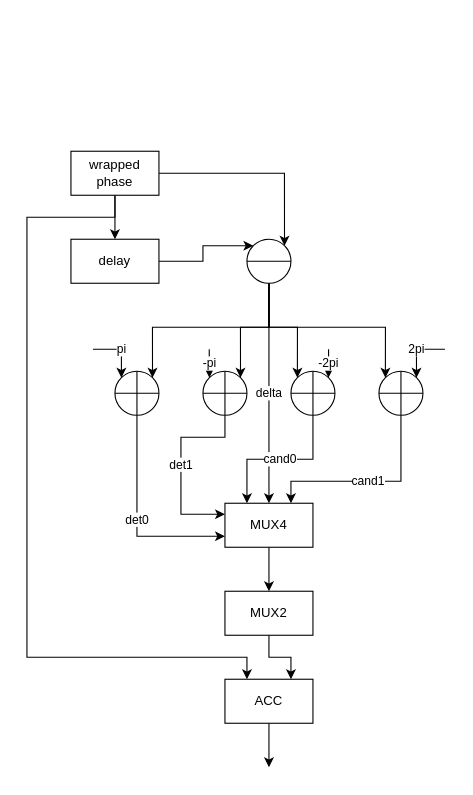
Before: page "Unwrap" (2 of 2) of DasFlow.drawio in RicardoNid/Drawio, a draw.io diagram. Source tidied: cells renumbered, new cells numbered last; positions are measured from the earlier drawing's top-left corner, leaving out a move shared by most shapes. Both pictures are drawn from the tidied source at 110%, with x=0, y=0 at pixel (26, 151).
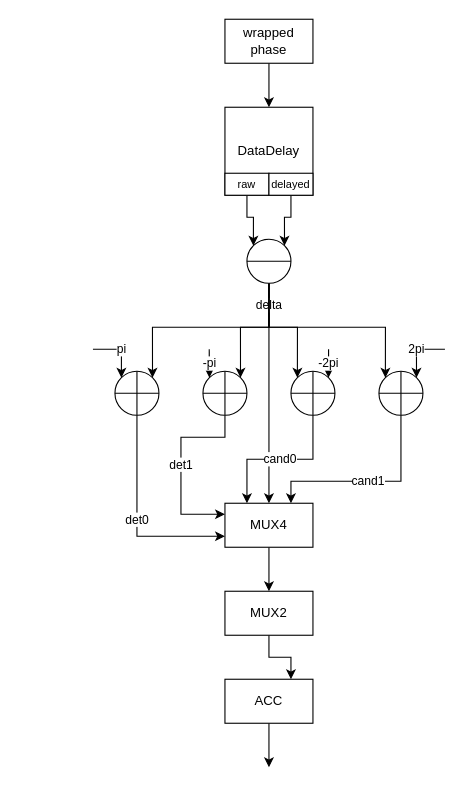
The same page after the edit.

The change refers to these unchanged cells:
```xml
<mxCell id="7" value="ACC" style="rounded=0;whiteSpace=wrap;html=1;" parent="1" vertex="1">
  <mxGeometry x="180" y="480" width="80" height="40" as="geometry" />
</mxCell>
<mxCell id="17" style="shape=lineEllipse;perimeter=ellipsePerimeter;whiteSpace=wrap;html=1;backgroundOutline=1;" parent="1" vertex="1">
  <mxGeometry x="200" y="80" width="40" height="40" as="geometry" />
</mxCell>
<mxCell id="29" style="shape=orEllipse;perimeter=ellipsePerimeter;whiteSpace=wrap;html=1;backgroundOutline=1;" parent="1" vertex="1">
  <mxGeometry x="320" y="200" width="40" height="40" as="geometry" />
</mxCell>
<mxCell id="31" value="MUX4" style="rounded=0;whiteSpace=wrap;html=1;" parent="1" vertex="1">
  <mxGeometry x="180" y="320" width="80" height="40" as="geometry" />
</mxCell>
```

Diff of the diagram source:
```diff
@@
-    <mxCell id="3" style="edgeStyle=orthogonalEdgeStyle;rounded=0;jettySize=auto;html=1;exitX=1;exitY=0.5;exitDx=0;exitDy=0;entryX=1;entryY=0;entryDx=0;entryDy=0;" parent="1" edge="1" source="5" target="17">
-      <mxGeometry relative="1" as="geometry" />
-    </mxCell>
-    <mxCell id="4" style="edgeStyle=orthogonalEdgeStyle;rounded=0;jettySize=auto;html=1;exitX=0.5;exitY=1;exitDx=0;exitDy=0;entryX=0.25;entryY=0;entryDx=0;entryDy=0;" parent="1" edge="1" source="5" target="7">
-      <mxGeometry relative="1" as="geometry">
-        <Array as="points">
-          <mxPoint x="80" y="60" />
-          <mxPoint y="60" />
-          <mxPoint y="460" />
-          <mxPoint x="200" y="460" />
-        </Array>
-      </mxGeometry>
-    </mxCell>
     <mxCell id="5" value="wrapped&lt;br&gt;phase" style="rounded=0;whiteSpace=wrap;html=1;" parent="1" vertex="1">
-      <mxGeometry x="40" width="80" height="40" as="geometry" />
+      <mxGeometry x="180" y="-120" width="80" height="40" as="geometry" />
     </mxCell>
@@
-    <mxCell id="10" style="edgeStyle=orthogonalEdgeStyle;rounded=0;jettySize=auto;html=1;exitX=1;exitY=0.5;exitDx=0;exitDy=0;entryX=0;entryY=0;entryDx=0;entryDy=0;" parent="1" edge="1" source="11" target="17">
-      <mxGeometry relative="1" as="geometry" />
-    </mxCell>
-    <mxCell id="11" value="delay" style="rounded=0;whiteSpace=wrap;html=1;" parent="1" vertex="1">
-      <mxGeometry x="40" y="80" width="80" height="40" as="geometry" />
+    <mxCell id="11" value="DataDelay" style="rounded=0;whiteSpace=wrap;html=1;" parent="1" vertex="1">
+      <mxGeometry x="180" y="-40" width="80" height="80" as="geometry" />
     </mxCell>
     <mxCell id="12" value="delta" style="edgeStyle=orthogonalEdgeStyle;rounded=0;jettySize=auto;html=1;exitX=0.5;exitY=1;exitDx=0;exitDy=0;entryX=0.5;entryY=0;entryDx=0;entryDy=0;" parent="1" edge="1" source="17" target="31">
-      <mxGeometry relative="1" as="geometry" />
+      <mxGeometry x="-0.8" relative="1" as="geometry" />
     </mxCell>
@@
-    <mxCell id="28" value="2pi" style="edgeStyle=orthogonalEdgeStyle;rounded=0;jettySize=auto;html=1;exitX=1;exitY=0;exitDx=0;exitDy=0;entryX=1;entryY=0;entryDx=0;entryDy=0;" parent="1" edge="1" target="29">
+    <mxCell id="28" value="2pi" style="edgeStyle=orthogonalEdgeStyle;rounded=0;jettySize=auto;html=1;entryX=1;entryY=0;entryDx=0;entryDy=0;" parent="1" edge="1" target="29">
       <mxGeometry relative="1" as="geometry">
         <mxPoint x="380" y="180" as="sourcePoint" />
       </mxGeometry>
     </mxCell>
@@
+    <mxCell id="32" style="edgeStyle=orthogonalEdgeStyle;rounded=0;jettySize=auto;html=1;exitX=0.5;exitY=1;exitDx=0;exitDy=0;entryX=0;entryY=0;entryDx=0;entryDy=0;" parent="1" edge="1" source="33" target="17">
+      <mxGeometry relative="1" as="geometry" />
+    </mxCell>
+    <mxCell id="33" value="raw" style="rounded=0;whiteSpace=wrap;html=1;fontSize=10;" parent="1" vertex="1">
+      <mxGeometry x="180" y="20" width="40" height="20" as="geometry" />
+    </mxCell>
+    <mxCell id="34" style="edgeStyle=orthogonalEdgeStyle;rounded=0;jettySize=auto;html=1;exitX=0.5;exitY=1;exitDx=0;exitDy=0;entryX=1;entryY=0;entryDx=0;entryDy=0;" parent="1" edge="1" source="35" target="17">
+      <mxGeometry relative="1" as="geometry" />
+    </mxCell>
+    <mxCell id="35" value="delayed" style="rounded=0;whiteSpace=wrap;html=1;fontSize=10;" parent="1" vertex="1">
+      <mxGeometry x="220" y="20" width="40" height="20" as="geometry" />
+    </mxCell>
```
